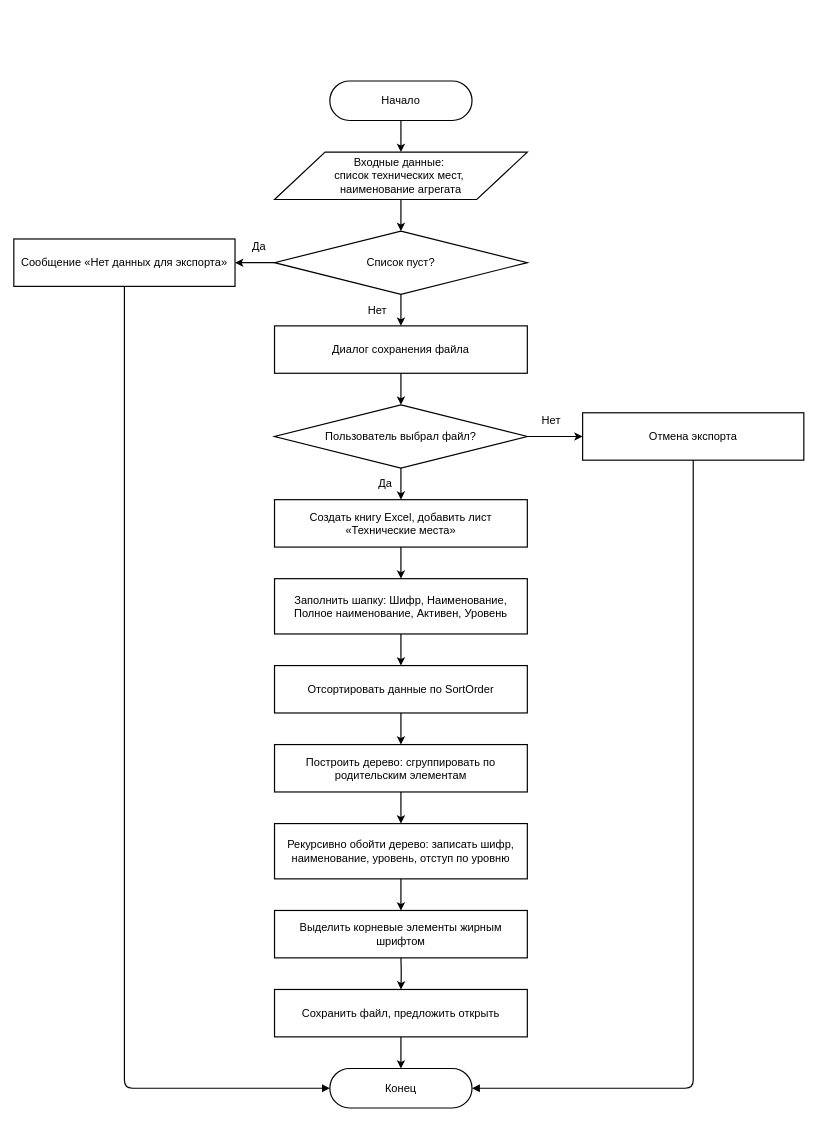
Before: page "Page-18" (18 of 21) of diagrams/Untitled Diagram.drawio in KhasanovAMdev/MyDiagrams, a draw.io diagram. Source tidied: cells renumbered, new cells numbered last; positions are measured from the earlier drawing's top-left corner, leaving out a move shared by most shapes. Both pictures are drawn from the tidied source at 79%, with x=0, y=0 at pixel (13, 81).
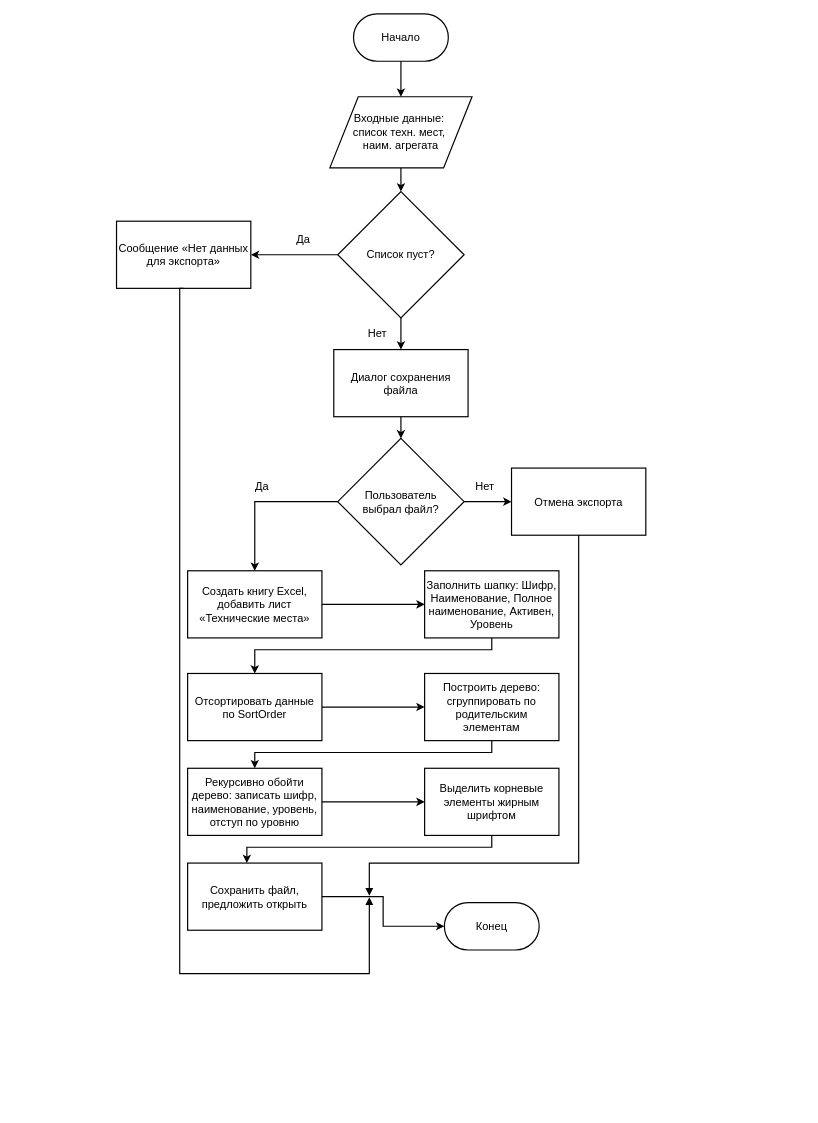
The same page after the edit.

Change to the diagram source:
```diff
@@
     <mxCell id="2" value="Начало" style="rounded=1;whiteSpace=wrap;html=1;arcSize=50;fillColor=#ffffff;strokeColor=#000000;strokeWidth=1.5;fontSize=14;" parent="1" vertex="1">
-      <mxGeometry x="400" width="180" height="50" as="geometry" />
+      <mxGeometry x="430" y="-85" width="120" height="60" as="geometry" />
     </mxCell>
-    <mxCell id="3" value="Входные данные:&amp;nbsp;&lt;div&gt;список технических мест,&amp;nbsp;&lt;/div&gt;&lt;div&gt;наименование агрегата&lt;/div&gt;" style="shape=parallelogram;perimeter=parallelogramPerimeter;whiteSpace=wrap;html=1;fillColor=#ffffff;strokeColor=#000000;strokeWidth=1.5;fontSize=14;" parent="1" vertex="1">
-      <mxGeometry x="330" y="90" width="320" height="60" as="geometry" />
+    <mxCell id="3" value="Входные данные:&amp;nbsp;&lt;div&gt;список техн. мест,&amp;nbsp;&lt;/div&gt;&lt;div&gt;наим. агрегата&lt;/div&gt;" style="shape=parallelogram;perimeter=parallelogramPerimeter;whiteSpace=wrap;html=1;fillColor=#ffffff;strokeColor=#000000;strokeWidth=1.5;fontSize=14;" parent="1" vertex="1">
+      <mxGeometry x="400" y="20" width="180" height="90" as="geometry" />
     </mxCell>
     <mxCell id="4" value="Список пуст?" style="rhombus;whiteSpace=wrap;html=1;fillColor=#ffffff;strokeColor=#000000;strokeWidth=1.5;fontSize=14;" parent="1" vertex="1">
-      <mxGeometry x="330" y="190" width="320" height="80" as="geometry" />
+      <mxGeometry x="410" y="140" width="160" height="160" as="geometry" />
     </mxCell>
     <mxCell id="5" value="Сообщение «Нет данных для экспорта»" style="rounded=0;whiteSpace=wrap;html=1;fillColor=#ffffff;strokeColor=#000000;strokeWidth=1.5;fontSize=14;" parent="1" vertex="1">
-      <mxGeometry y="200" width="280" height="60" as="geometry" />
+      <mxGeometry x="130" y="177.5" width="170" height="85" as="geometry" />
     </mxCell>
     <mxCell id="6" value="Диалог сохранения файла" style="rounded=0;whiteSpace=wrap;html=1;fillColor=#ffffff;strokeColor=#000000;strokeWidth=1.5;fontSize=14;" parent="1" vertex="1">
-      <mxGeometry x="330" y="310" width="320" height="60" as="geometry" />
+      <mxGeometry x="405" y="340" width="170" height="85" as="geometry" />
     </mxCell>
-    <mxCell id="7" value="Пользователь выбрал файл?" style="rhombus;whiteSpace=wrap;html=1;fillColor=#ffffff;strokeColor=#000000;strokeWidth=1.5;fontSize=14;" parent="1" vertex="1">
-      <mxGeometry x="330" y="410" width="320" height="80" as="geometry" />
+    <mxCell id="7" value="Пользователь&lt;div&gt;выбрал файл?&lt;/div&gt;" style="rhombus;whiteSpace=wrap;html=1;fillColor=#ffffff;strokeColor=#000000;strokeWidth=1.5;fontSize=14;" parent="1" vertex="1">
+      <mxGeometry x="410" y="452.5" width="160" height="160" as="geometry" />
     </mxCell>
     <mxCell id="8" value="Отмена экспорта" style="rounded=0;whiteSpace=wrap;html=1;fillColor=#ffffff;strokeColor=#000000;strokeWidth=1.5;fontSize=14;" parent="1" vertex="1">
-      <mxGeometry x="720" y="420" width="280" height="60" as="geometry" />
+      <mxGeometry x="630" y="490" width="170" height="85" as="geometry" />
     </mxCell>
     <mxCell id="9" value="Создать книгу Excel, добавить лист «Технические места»" style="rounded=0;whiteSpace=wrap;html=1;fillColor=#ffffff;strokeColor=#000000;strokeWidth=1.5;fontSize=14;" parent="1" vertex="1">
-      <mxGeometry x="330" y="530" width="320" height="60" as="geometry" />
+      <mxGeometry x="220" y="620" width="170" height="85" as="geometry" />
     </mxCell>
     <mxCell id="10" value="Заполнить шапку: Шифр, Наименование, Полное наименование, Активен, Уровень" style="rounded=0;whiteSpace=wrap;html=1;fillColor=#ffffff;strokeColor=#000000;strokeWidth=1.5;fontSize=14;" parent="1" vertex="1">
-      <mxGeometry x="330" y="630" width="320" height="70" as="geometry" />
+      <mxGeometry x="520" y="620" width="170" height="85" as="geometry" />
     </mxCell>
     <mxCell id="11" value="Отсортировать данные по SortOrder" style="rounded=0;whiteSpace=wrap;html=1;fillColor=#ffffff;strokeColor=#000000;strokeWidth=1.5;fontSize=14;" parent="1" vertex="1">
-      <mxGeometry x="330" y="740" width="320" height="60" as="geometry" />
+      <mxGeometry x="220" y="750" width="170" height="85" as="geometry" />
     </mxCell>
-    <mxCell id="12" value="Построить дерево: сгруппировать по родительским элементам" style="rounded=0;whiteSpace=wrap;html=1;fillColor=#ffffff;strokeColor=#000000;strokeWidth=1.5;fontSize=14;" parent="1" vertex="1">
-      <mxGeometry x="330" y="840" width="320" height="60" as="geometry" />
+    <mxCell id="12" value="Построить дерево: сгруппировать по родительским&lt;div&gt;элементам&lt;/div&gt;" style="rounded=0;whiteSpace=wrap;html=1;fillColor=#ffffff;strokeColor=#000000;strokeWidth=1.5;fontSize=14;" parent="1" vertex="1">
+      <mxGeometry x="520" y="750" width="170" height="85" as="geometry" />
     </mxCell>
     <mxCell id="13" value="Рекурсивно обойти дерево: записать шифр, наименование, уровень, отступ по уровню" style="rounded=0;whiteSpace=wrap;html=1;fillColor=#ffffff;strokeColor=#000000;strokeWidth=1.5;fontSize=14;" parent="1" vertex="1">
-      <mxGeometry x="330" y="940" width="320" height="70" as="geometry" />
+      <mxGeometry x="220" y="870" width="170" height="85" as="geometry" />
     </mxCell>
     <mxCell id="14" value="Выделить корневые элементы жирным шрифтом" style="rounded=0;whiteSpace=wrap;html=1;fillColor=#ffffff;strokeColor=#000000;strokeWidth=1.5;fontSize=14;" parent="1" vertex="1">
-      <mxGeometry x="330" y="1050" width="320" height="60" as="geometry" />
+      <mxGeometry x="520" y="870" width="170" height="85" as="geometry" />
     </mxCell>
     <mxCell id="15" value="Сохранить файл, предложить открыть" style="rounded=0;whiteSpace=wrap;html=1;fillColor=#ffffff;strokeColor=#000000;strokeWidth=1.5;fontSize=14;" parent="1" vertex="1">
-      <mxGeometry x="330" y="1150" width="320" height="60" as="geometry" />
+      <mxGeometry x="220" y="990" width="170" height="85" as="geometry" />
     </mxCell>
     <mxCell id="16" value="Конец" style="rounded=1;whiteSpace=wrap;html=1;arcSize=50;fillColor=#ffffff;strokeColor=#000000;strokeWidth=1.5;fontSize=14;" parent="1" vertex="1">
-      <mxGeometry x="400" y="1250" width="180" height="50" as="geometry" />
+      <mxGeometry x="545" y="1040" width="120" height="60" as="geometry" />
     </mxCell>
-    <mxCell id="17" style="edgeStyle=orthogonalEdgeStyle;html=1;strokeWidth=1.5;endArrow=classic;fontSize=14;endFill=1;" parent="1" edge="1" source="2" target="3">
+    <mxCell id="17" style="edgeStyle=orthogonalEdgeStyle;rounded=0;html=1;strokeWidth=1.5;endArrow=classic;fontSize=14;endFill=1;" parent="1" edge="1" source="2" target="3">
       <mxGeometry relative="1" as="geometry" />
     </mxCell>
-    <mxCell id="18" style="edgeStyle=orthogonalEdgeStyle;html=1;strokeWidth=1.5;endArrow=classic;fontSize=14;endFill=1;" parent="1" edge="1" source="3" target="4">
+    <mxCell id="18" style="edgeStyle=orthogonalEdgeStyle;rounded=0;html=1;strokeWidth=1.5;endArrow=classic;fontSize=14;endFill=1;" parent="1" edge="1" source="3" target="4">
       <mxGeometry relative="1" as="geometry" />
     </mxCell>
-    <mxCell id="19" value="Да" style="edgeStyle=orthogonalEdgeStyle;html=1;strokeWidth=1.5;endArrow=classic;labelBackgroundColor=#ffffff;exitX=0;exitY=0.5;exitDx=0;exitDy=0;entryX=1;entryY=0.5;entryDx=0;entryDy=0;fontSize=14;endFill=1;" parent="1" edge="1" source="4" target="5">
+    <mxCell id="19" value="Да" style="edgeStyle=orthogonalEdgeStyle;rounded=0;html=1;strokeWidth=1.5;endArrow=classic;labelBackgroundColor=#ffffff;exitX=0;exitY=0.5;exitDx=0;exitDy=0;entryX=1;entryY=0.5;entryDx=0;entryDy=0;fontSize=14;endFill=1;" parent="1" edge="1" source="4" target="5">
       <mxGeometry x="-0.2" y="-20" relative="1" as="geometry" />
     </mxCell>
-    <mxCell id="20" value="Нет" style="edgeStyle=orthogonalEdgeStyle;html=1;strokeWidth=1.5;endArrow=classic;labelBackgroundColor=#ffffff;fontSize=14;endFill=1;" parent="1" edge="1" source="4" target="6">
+    <mxCell id="20" value="Нет" style="edgeStyle=orthogonalEdgeStyle;rounded=0;html=1;strokeWidth=1.5;endArrow=classic;labelBackgroundColor=#ffffff;fontSize=14;endFill=1;" parent="1" edge="1" source="4" target="6">
       <mxGeometry y="-30" relative="1" as="geometry" />
     </mxCell>
-    <mxCell id="21" style="edgeStyle=orthogonalEdgeStyle;html=1;strokeWidth=1.5;endArrow=block;endFill=1;exitX=0.5;exitY=1;exitDx=0;exitDy=0;entryX=0;entryY=0.5;entryDx=0;entryDy=0;fontSize=14;" parent="1" edge="1" source="5" target="16">
-      <mxGeometry x="0.13" relative="1" as="geometry" />
+    <mxCell id="21" style="edgeStyle=orthogonalEdgeStyle;rounded=0;html=1;strokeWidth=1.5;endArrow=block;endFill=1;exitX=0.5;exitY=1;exitDx=0;exitDy=0;fontSize=14;" parent="1" edge="1" source="5">
+      <mxGeometry x="0.43" relative="1" as="geometry">
+        <mxPoint x="450" y="1033.1" as="targetPoint" />
+        <Array as="points">
+          <mxPoint x="210" y="262.5" />
+          <mxPoint x="210" y="1130" />
+          <mxPoint x="450" y="1130" />
+          <mxPoint x="450" y="1033.1" />
+        </Array>
+      </mxGeometry>
     </mxCell>
-    <mxCell id="22" style="edgeStyle=orthogonalEdgeStyle;html=1;strokeWidth=1.5;endArrow=classic;fontSize=14;endFill=1;" parent="1" edge="1" source="6" target="7">
+    <mxCell id="22" style="edgeStyle=orthogonalEdgeStyle;rounded=0;html=1;strokeWidth=1.5;endArrow=classic;fontSize=14;endFill=1;" parent="1" edge="1" source="6" target="7">
       <mxGeometry relative="1" as="geometry" />
     </mxCell>
-    <mxCell id="23" value="Да" style="edgeStyle=orthogonalEdgeStyle;html=1;strokeWidth=1.5;endArrow=classic;labelBackgroundColor=#ffffff;fontSize=14;endFill=1;" parent="1" edge="1" source="7" target="9">
+    <mxCell id="23" value="Да" style="edgeStyle=orthogonalEdgeStyle;rounded=0;html=1;strokeWidth=1.5;endArrow=classic;labelBackgroundColor=#ffffff;fontSize=14;endFill=1;" parent="1" edge="1" source="7" target="9">
       <mxGeometry y="-20" relative="1" as="geometry" />
     </mxCell>
-    <mxCell id="24" value="Нет" style="edgeStyle=orthogonalEdgeStyle;html=1;strokeWidth=1.5;endArrow=classic;labelBackgroundColor=#ffffff;exitX=1;exitY=0.5;exitDx=0;exitDy=0;entryX=0;entryY=0.5;entryDx=0;entryDy=0;fontSize=14;endFill=1;" parent="1" edge="1" source="7" target="8">
+    <mxCell id="24" value="Нет" style="edgeStyle=orthogonalEdgeStyle;rounded=0;html=1;strokeWidth=1.5;endArrow=classic;labelBackgroundColor=#ffffff;exitX=1;exitY=0.5;exitDx=0;exitDy=0;entryX=0;entryY=0.5;entryDx=0;entryDy=0;fontSize=14;endFill=1;" parent="1" edge="1" source="7" target="8">
       <mxGeometry x="-0.14" y="20" relative="1" as="geometry" />
     </mxCell>
-    <mxCell id="25" style="edgeStyle=orthogonalEdgeStyle;html=1;strokeWidth=1.5;endArrow=block;endFill=1;exitX=0.5;exitY=1;exitDx=0;exitDy=0;entryX=1;entryY=0.5;entryDx=0;entryDy=0;fontSize=14;" parent="1" edge="1" source="8" target="16">
-      <mxGeometry relative="1" as="geometry" />
+    <mxCell id="25" style="edgeStyle=orthogonalEdgeStyle;rounded=0;html=1;strokeWidth=1.5;endArrow=block;endFill=1;exitX=0.5;exitY=1;exitDx=0;exitDy=0;fontSize=14;" parent="1" edge="1" source="8">
+      <mxGeometry x="-0.32" relative="1" as="geometry">
+        <mxPoint x="450" y="1031.4" as="targetPoint" />
+        <Array as="points">
+          <mxPoint x="715" y="990" />
+          <mxPoint x="450" y="990" />
+          <mxPoint x="450" y="1031.4" />
+        </Array>
+      </mxGeometry>
     </mxCell>
-    <mxCell id="26" style="edgeStyle=orthogonalEdgeStyle;html=1;strokeWidth=1.5;endArrow=classic;fontSize=14;endFill=1;" parent="1" edge="1" source="9" target="10">
+    <mxCell id="26" style="edgeStyle=orthogonalEdgeStyle;rounded=0;html=1;strokeWidth=1.5;endArrow=classic;fontSize=14;endFill=1;" parent="1" edge="1" source="9" target="10">
       <mxGeometry relative="1" as="geometry" />
     </mxCell>
-    <mxCell id="27" style="edgeStyle=orthogonalEdgeStyle;html=1;strokeWidth=1.5;endArrow=classic;fontSize=14;endFill=1;" parent="1" edge="1" source="10" target="11">
-      <mxGeometry relative="1" as="geometry" />
+    <mxCell id="27" style="edgeStyle=orthogonalEdgeStyle;rounded=0;html=1;strokeWidth=1.5;endArrow=classic;fontSize=14;endFill=1;" parent="1" edge="1" source="10" target="11">
+      <mxGeometry relative="1" as="geometry">
+        <Array as="points">
+          <mxPoint x="605" y="720" />
+          <mxPoint x="305" y="720" />
+        </Array>
+      </mxGeometry>
     </mxCell>
-    <mxCell id="28" style="edgeStyle=orthogonalEdgeStyle;html=1;strokeWidth=1.5;endArrow=classic;fontSize=14;endFill=1;" parent="1" edge="1" source="11" target="12">
+    <mxCell id="28" style="edgeStyle=orthogonalEdgeStyle;rounded=0;html=1;strokeWidth=1.5;endArrow=classic;fontSize=14;endFill=1;" parent="1" edge="1" source="11" target="12">
       <mxGeometry relative="1" as="geometry" />
     </mxCell>
-    <mxCell id="29" style="edgeStyle=orthogonalEdgeStyle;html=1;strokeWidth=1.5;endArrow=classic;fontSize=14;endFill=1;" parent="1" edge="1" source="12" target="13">
-      <mxGeometry relative="1" as="geometry" />
+    <mxCell id="29" style="edgeStyle=orthogonalEdgeStyle;rounded=0;html=1;strokeWidth=1.5;endArrow=classic;fontSize=14;endFill=1;" parent="1" edge="1" source="12" target="13">
+      <mxGeometry relative="1" as="geometry">
+        <Array as="points">
+          <mxPoint x="605" y="850" />
+          <mxPoint x="305" y="850" />
+        </Array>
+      </mxGeometry>
     </mxCell>
-    <mxCell id="30" style="edgeStyle=orthogonalEdgeStyle;html=1;strokeWidth=1.5;endArrow=classic;fontSize=14;endFill=1;" parent="1" edge="1" source="13" target="14">
+    <mxCell id="30" style="edgeStyle=orthogonalEdgeStyle;rounded=0;html=1;strokeWidth=1.5;endArrow=classic;fontSize=14;endFill=1;" parent="1" edge="1" source="13" target="14">
       <mxGeometry relative="1" as="geometry" />
     </mxCell>
-    <mxCell id="31" style="edgeStyle=orthogonalEdgeStyle;html=1;strokeWidth=1.5;endArrow=classic;fontSize=14;endFill=1;" parent="1" edge="1" target="15">
+    <mxCell id="31" style="edgeStyle=orthogonalEdgeStyle;rounded=0;html=1;strokeWidth=1.5;endArrow=classic;fontSize=14;endFill=1;" parent="1" edge="1" source="14" target="15">
       <mxGeometry relative="1" as="geometry">
-        <mxPoint x="490" y="1110" as="sourcePoint" />
+        <Array as="points">
+          <mxPoint x="605" y="970" />
+          <mxPoint x="295" y="970" />
+        </Array>
       </mxGeometry>
     </mxCell>
-    <mxCell id="32" style="edgeStyle=orthogonalEdgeStyle;html=1;strokeWidth=1.5;endArrow=classic;fontSize=14;endFill=1;" parent="1" edge="1" source="15" target="16">
+    <mxCell id="32" style="edgeStyle=orthogonalEdgeStyle;rounded=0;html=1;strokeWidth=1.5;endArrow=classic;fontSize=14;endFill=1;" parent="1" edge="1" source="15" target="16">
       <mxGeometry relative="1" as="geometry" />
     </mxCell>
```
